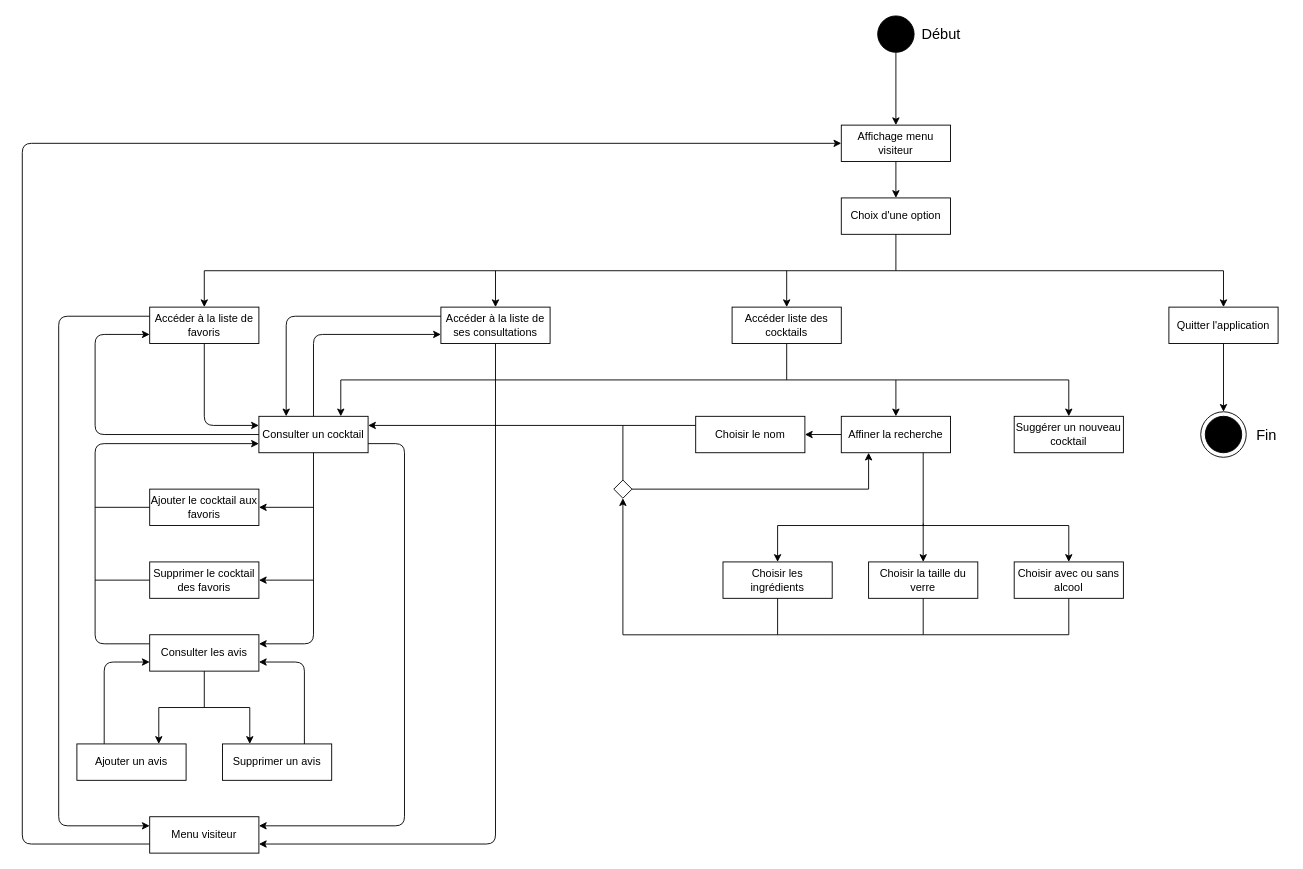
Earlier version of the draw.io diagram Diagramme d'état du menu administrateur.drawio (wahib299/ProjetInfo2A). Source tidied: cells renumbered, new cells numbered last; positions are measured from the earlier drawing's top-left corner, leaving out a move shared by most shapes. Both pictures are drawn from the tidied source at 91%, with x=0, y=0 at pixel (22, 15).
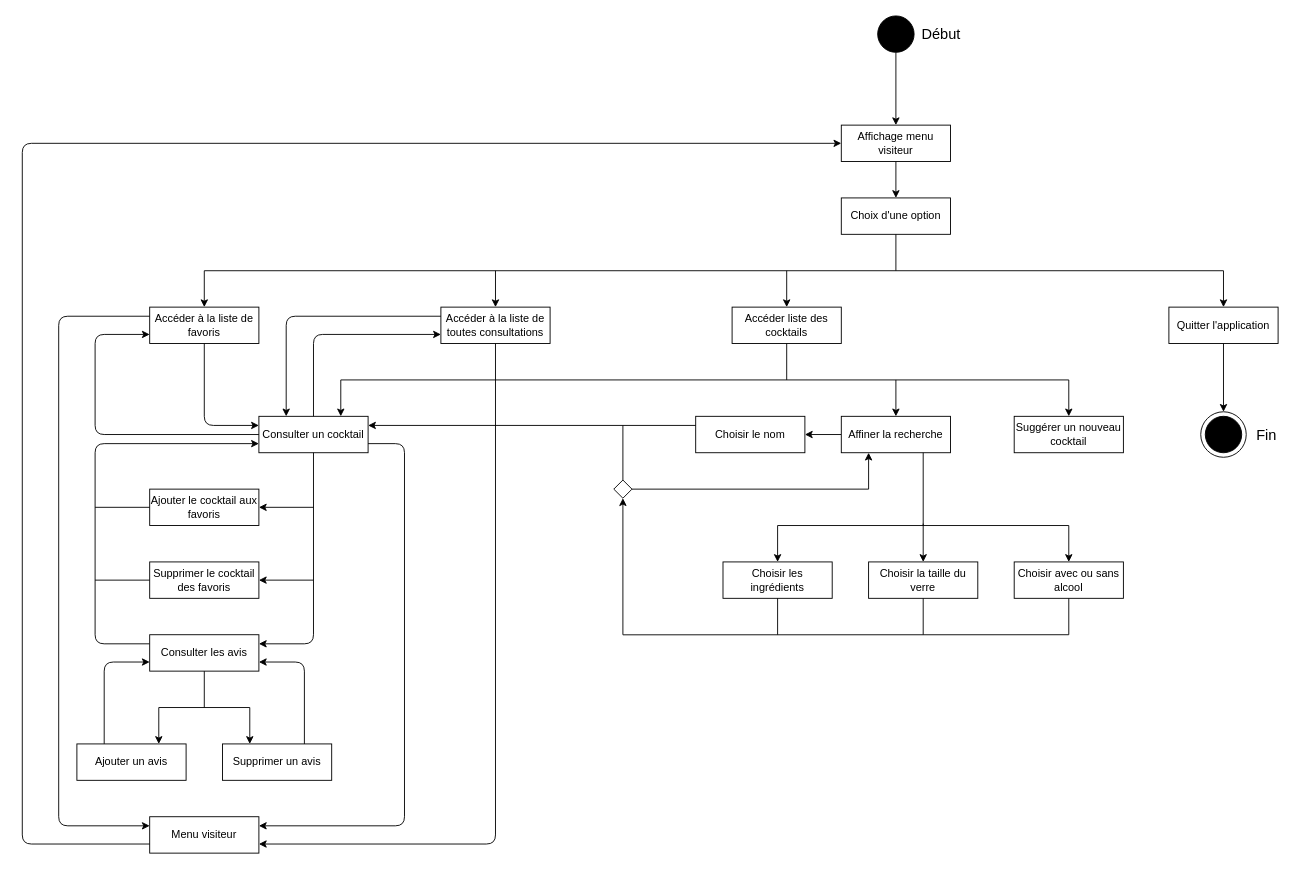
After the change.

Diff of the diagram source:
```diff
@@
-    <mxCell id="65" value="Accéder à la liste de ses consultations" style="rounded=0;whiteSpace=wrap;html=1;fillColor=#FFFFFF;" parent="1" vertex="1">
+    <mxCell id="65" value="Accéder à la liste de toutes consultations" style="rounded=0;whiteSpace=wrap;html=1;fillColor=#FFFFFF;" parent="1" vertex="1">
       <mxGeometry x="460" y="320" width="120" height="40" as="geometry" />
     </mxCell>
```
